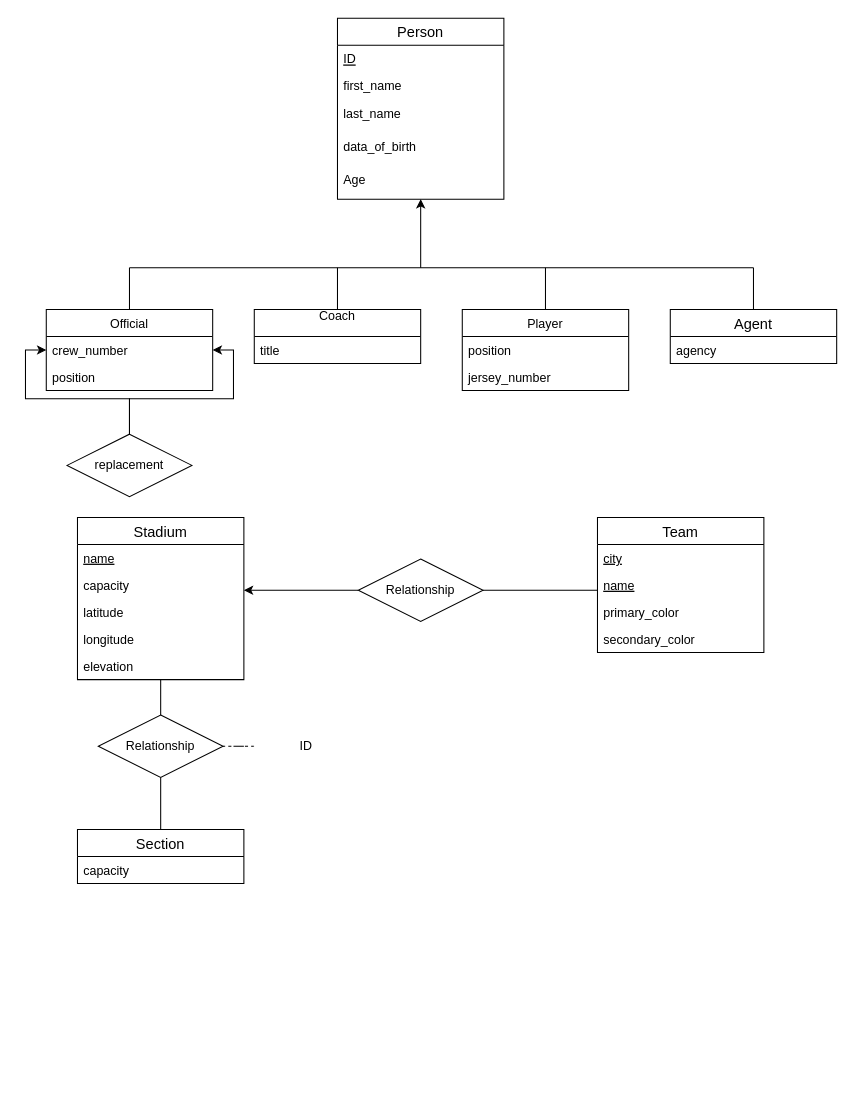
Above: problem1.drawio in JoeJonnalagadda41/DatabaseHomework1 (draw.io), before the change. Source tidied: cells renumbered, new cells numbered last; positions are measured from the earlier drawing's top-left corner, leaving out a move shared by most shapes. Both pictures are drawn from the tidied source at 104%, with x=0, y=0 at pixel (46, 18).
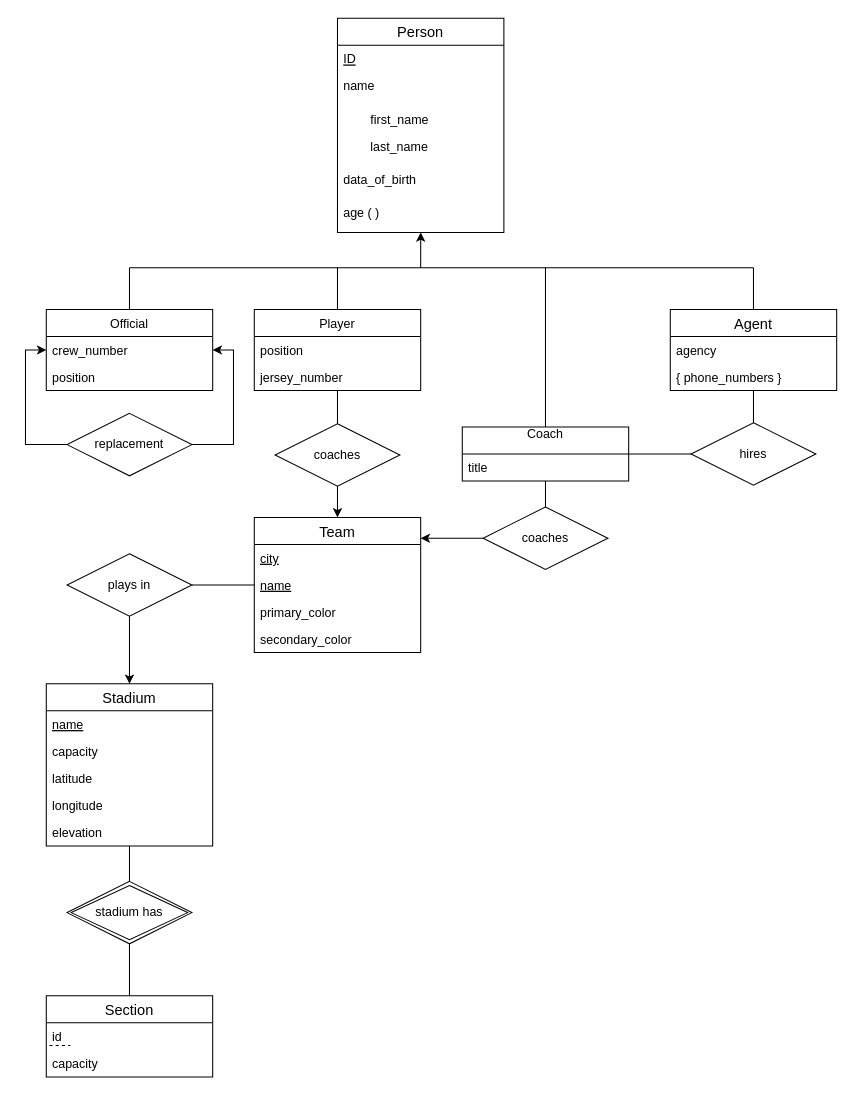
The same diagram, later.

The change refers to these unchanged cells:
```xml
<mxCell id="15" value="crew_number" style="text;strokeColor=none;fillColor=none;align=left;verticalAlign=top;spacingLeft=4;spacingRight=4;overflow=hidden;points=[[0,0.5],[1,0.5]];portConstraint=eastwest;" parent="14" vertex="1">
  <mxGeometry y="26" width="160" height="26" as="geometry" />
</mxCell>
```

Diff of the diagram source:
```diff
@@
     <mxCell id="2" value="Person" style="swimlane;fontStyle=0;horizontal=1;startSize=26;align=center;fontSize=14;" parent="1" vertex="1">
-      <mxGeometry x="280" width="160" height="174" as="geometry" />
+      <mxGeometry x="280" width="160" height="206" as="geometry" />
     </mxCell>
@@
+    <mxCell id="48" value="name" style="text;strokeColor=none;fillColor=none;spacingLeft=4;spacingRight=4;overflow=hidden;fontSize=12;" parent="2" vertex="1">
+      <mxGeometry y="52" width="160" height="32" as="geometry" />
+    </mxCell>
-    <mxCell id="4" value="first_name" style="text;strokeColor=none;fillColor=none;spacingLeft=4;spacingRight=4;overflow=hidden;fontSize=12;" parent="2" vertex="1">
-      <mxGeometry y="52" width="160" height="26" as="geometry" />
+    <mxCell id="4" value="first_name" style="text;strokeColor=none;fillColor=none;spacingLeft=30;spacingRight=4;overflow=hidden;fontSize=12;" parent="2" vertex="1">
+      <mxGeometry y="84" width="160" height="26" as="geometry" />
     </mxCell>
-    <mxCell id="5" value="last_name" style="text;strokeColor=none;fillColor=none;spacingLeft=4;spacingRight=4;overflow=hidden;fontSize=12;" parent="2" vertex="1">
-      <mxGeometry y="78" width="160" height="32" as="geometry" />
+    <mxCell id="5" value="last_name" style="text;strokeColor=none;fillColor=none;spacingLeft=30;spacingRight=4;overflow=hidden;fontSize=12;" parent="2" vertex="1">
+      <mxGeometry y="110" width="160" height="32" as="geometry" />
     </mxCell>
     <mxCell id="6" value="data_of_birth" style="text;strokeColor=none;fillColor=none;spacingLeft=4;spacingRight=4;overflow=hidden;fontSize=12;" parent="2" vertex="1">
-      <mxGeometry y="110" width="160" height="32" as="geometry" />
+      <mxGeometry y="142" width="160" height="32" as="geometry" />
     </mxCell>
-    <mxCell id="7" value="Age" style="text;strokeColor=none;fillColor=none;spacingLeft=4;spacingRight=4;overflow=hidden;fontSize=12;" parent="2" vertex="1">
-      <mxGeometry y="142" width="160" height="32" as="geometry" />
+    <mxCell id="7" value="age ( )" style="text;strokeColor=none;fillColor=none;spacingLeft=4;spacingRight=4;overflow=hidden;fontSize=12;" parent="2" vertex="1">
+      <mxGeometry y="174" width="160" height="32" as="geometry" />
     </mxCell>
@@
-    <mxCell id="9" style="endArrow=classic;html=1;endFill=1;" parent="1" edge="1">
+    <mxCell id="9" style="endArrow=classic;html=1;endFill=1;" parent="1" edge="1" target="2">
       <mxGeometry relative="1" as="geometry">
         <mxPoint x="360" y="240" as="sourcePoint" />
-        <mxPoint x="360" y="174" as="targetPoint" />
       </mxGeometry>
     </mxCell>
@@
     <mxCell id="11" value="Agent" style="swimlane;fontStyle=0;horizontal=1;startSize=26;align=center;fontSize=14;" parent="1" vertex="1">
-      <mxGeometry x="600" y="280" width="160" height="52" as="geometry" />
+      <mxGeometry x="600" y="280" width="160" height="78" as="geometry" />
     </mxCell>
+    <mxCell id="49" value="agency" style="text;strokeColor=none;fillColor=none;spacingLeft=4;spacingRight=4;overflow=hidden;fontSize=12;" parent="11" vertex="1">
+      <mxGeometry y="26" width="160" height="26" as="geometry" />
+    </mxCell>
-    <mxCell id="12" value="agency" style="text;strokeColor=none;fillColor=none;spacingLeft=4;spacingRight=4;overflow=hidden;fontSize=12;" parent="11" vertex="1">
-      <mxGeometry y="26" width="160" height="26" as="geometry" />
+    <mxCell id="12" value="{ phone_numbers }" style="text;strokeColor=none;fillColor=none;spacingLeft=4;spacingRight=4;overflow=hidden;fontSize=12;" parent="11" vertex="1">
+      <mxGeometry y="52" width="160" height="26" as="geometry" />
     </mxCell>
@@
-    <mxCell id="17" style="edgeStyle=orthogonalEdgeStyle;rounded=0;jettySize=auto;html=1;endArrow=none;endFill=0;" parent="1" edge="1" source="18">
-      <mxGeometry relative="1" as="geometry">
-        <mxPoint x="280" y="240" as="targetPoint" />
-      </mxGeometry>
-    </mxCell>
-    <mxCell id="18" value="Coach&#10;" style="swimlane;fontStyle=0;horizontal=1;startSize=26;fillColor=none;" parent="1" vertex="1">
-      <mxGeometry x="200" y="280" width="160" height="52" as="geometry" />
-    </mxCell>
-    <mxCell id="19" value="title" style="text;strokeColor=none;fillColor=none;align=left;verticalAlign=top;spacingLeft=4;spacingRight=4;overflow=hidden;" parent="18" vertex="1">
-      <mxGeometry y="26" width="160" height="26" as="geometry" />
-    </mxCell>
-    <mxCell id="20" style="edgeStyle=orthogonalEdgeStyle;rounded=0;jettySize=auto;html=1;endArrow=none;endFill=0;" parent="1" edge="1" source="21">
-      <mxGeometry relative="1" as="geometry">
-        <mxPoint x="480" y="240" as="targetPoint" />
-      </mxGeometry>
-    </mxCell>
-    <mxCell id="21" value="Player" style="swimlane;fontStyle=0;horizontal=1;startSize=26;fillColor=none;" parent="1" vertex="1">
-      <mxGeometry x="400" y="280" width="160" height="78" as="geometry" />
-    </mxCell>
-    <mxCell id="22" value="position" style="text;strokeColor=none;fillColor=none;align=left;verticalAlign=top;spacingLeft=4;spacingRight=4;overflow=hidden;" parent="21" vertex="1">
-      <mxGeometry y="26" width="160" height="26" as="geometry" />
-    </mxCell>
-    <mxCell id="23" value="jersey_number" style="text;strokeColor=none;fillColor=none;align=left;verticalAlign=top;spacingLeft=4;spacingRight=4;overflow=hidden;" parent="21" vertex="1">
-      <mxGeometry y="52" width="160" height="26" as="geometry" />
-    </mxCell>
-    <mxCell id="24" style="edgeStyle=orthogonalEdgeStyle;rounded=0;jettySize=auto;html=1;entryX=0;entryY=0.5;entryDx=0;entryDy=0;endArrow=classic;endFill=1;" parent="1" edge="1" source="26" target="15">
+    <mxCell id="24" style="edgeStyle=orthogonalEdgeStyle;rounded=0;jettySize=auto;html=1;entryX=0;entryY=0.5;entryDx=0;entryDy=0;endArrow=classic;endFill=1;exitX=0;exitY=0.5;exitDx=0;exitDy=0;" parent="1" edge="1" source="26" target="15">
       <mxGeometry relative="1" as="geometry" />
     </mxCell>
-    <mxCell id="25" style="edgeStyle=orthogonalEdgeStyle;rounded=0;jettySize=auto;html=1;entryX=1;entryY=0.5;entryDx=0;entryDy=0;endArrow=classic;endFill=1;" parent="1" edge="1" source="26" target="15">
-      <mxGeometry relative="1" as="geometry" />
+    <mxCell id="25" style="edgeStyle=orthogonalEdgeStyle;rounded=0;jettySize=auto;html=1;entryX=1;entryY=0.5;entryDx=0;entryDy=0;endArrow=classic;endFill=1;exitX=1;exitY=0.5;exitDx=0;exitDy=0;" parent="1" edge="1" source="26" target="15">
+      <mxGeometry relative="1" as="geometry">
+        <Array as="points">
+          <mxPoint x="180" y="410" />
+          <mxPoint x="180" y="319" />
+        </Array>
+      </mxGeometry>
     </mxCell>
     <mxCell id="26" value="replacement" style="shape=rhombus;perimeter=rhombusPerimeter;whiteSpace=wrap;html=1;align=center;" parent="1" vertex="1">
-      <mxGeometry x="20" y="400" width="120" height="60" as="geometry" />
+      <mxGeometry x="20" y="380" width="120" height="60" as="geometry" />
     </mxCell>
     <mxCell id="27" style="edgeStyle=orthogonalEdgeStyle;rounded=0;jettySize=auto;html=1;endArrow=none;endFill=0;" parent="1" edge="1" source="29" target="30">
-      <mxGeometry relative="1" as="geometry">
-        <Array as="points">
-          <mxPoint x="500" y="550" />
-          <mxPoint x="500" y="550" />
-        </Array>
-      </mxGeometry>
+      <mxGeometry relative="1" as="geometry" />
     </mxCell>
     <mxCell id="28" style="edgeStyle=orthogonalEdgeStyle;rounded=0;jettySize=auto;html=1;endArrow=classic;endFill=1;" parent="1" edge="1" source="29" target="35">
-      <mxGeometry relative="1" as="geometry">
-        <Array as="points">
-          <mxPoint x="220" y="550" />
-          <mxPoint x="220" y="550" />
-        </Array>
-      </mxGeometry>
+      <mxGeometry relative="1" as="geometry" />
     </mxCell>
-    <mxCell id="29" value="Relationship" style="shape=rhombus;perimeter=rhombusPerimeter;whiteSpace=wrap;html=1;align=center;" parent="1" vertex="1">
-      <mxGeometry x="300" y="520" width="120" height="60" as="geometry" />
+    <mxCell id="29" value="plays in" style="shape=rhombus;perimeter=rhombusPerimeter;whiteSpace=wrap;html=1;align=center;" parent="1" vertex="1">
+      <mxGeometry x="20" y="515" width="120" height="60" as="geometry" />
     </mxCell>
+    <mxCell id="41" style="edgeStyle=orthogonalEdgeStyle;rounded=0;jettySize=auto;html=1;endArrow=none;endFill=0;" parent="1" edge="1" source="50" target="35">
+      <mxGeometry relative="1" as="geometry" />
+    </mxCell>
+    <mxCell id="42" style="edgeStyle=orthogonalEdgeStyle;rounded=0;jettySize=auto;html=1;endArrow=none;endFill=0;" parent="1" edge="1" source="50" target="44">
+      <mxGeometry relative="1" as="geometry" />
+    </mxCell>
     <mxCell id="30" value="Team" style="swimlane;fontStyle=0;horizontal=1;startSize=26;align=center;fontSize=14;" parent="1" vertex="1">
-      <mxGeometry x="530" y="480" width="160" height="130" as="geometry" />
+      <mxGeometry x="200" y="480" width="160" height="130" as="geometry" />
     </mxCell>
@@
+    <mxCell id="50" value="stadium has" style="shape=rhombus;double=1;perimeter=rhombusPerimeter;whiteSpace=wrap;html=1;align=center;fillColor=none;gradientColor=none;" parent="1" vertex="1">
+      <mxGeometry x="20" y="830" width="120" height="60" as="geometry" />
+    </mxCell>
+    <mxCell id="51" style="edgeStyle=orthogonalEdgeStyle;rounded=0;jettySize=auto;html=1;endArrow=none;endFill=0;" parent="1" edge="1" source="18">
+      <mxGeometry relative="1" as="geometry">
+        <mxPoint x="480" y="240" as="targetPoint" />
+      </mxGeometry>
+    </mxCell>
+    <mxCell id="52" style="edgeStyle=orthogonalEdgeStyle;rounded=0;jettySize=auto;html=1;endArrow=none;endFill=0;" parent="1" edge="1" source="21">
+      <mxGeometry relative="1" as="geometry">
+        <mxPoint x="280" y="240" as="targetPoint" />
+      </mxGeometry>
+    </mxCell>
+    <mxCell id="21" value="Player" style="swimlane;fontStyle=0;horizontal=1;startSize=26;fillColor=none;" parent="1" vertex="1">
+      <mxGeometry x="200" y="280" width="160" height="78" as="geometry" />
+    </mxCell>
+    <mxCell id="22" value="position" style="text;strokeColor=none;fillColor=none;align=left;verticalAlign=top;spacingLeft=4;spacingRight=4;overflow=hidden;" parent="21" vertex="1">
+      <mxGeometry y="26" width="160" height="26" as="geometry" />
+    </mxCell>
+    <mxCell id="23" value="jersey_number" style="text;strokeColor=none;fillColor=none;align=left;verticalAlign=top;spacingLeft=4;spacingRight=4;overflow=hidden;" parent="21" vertex="1">
+      <mxGeometry y="52" width="160" height="26" as="geometry" />
+    </mxCell>
+    <mxCell id="53" style="edgeStyle=orthogonalEdgeStyle;rounded=0;jettySize=auto;html=1;endArrow=none;endFill=0;" parent="1" edge="1" source="55" target="18">
+      <mxGeometry relative="1" as="geometry" />
+    </mxCell>
+    <mxCell id="54" style="edgeStyle=orthogonalEdgeStyle;rounded=0;jettySize=auto;html=1;endArrow=classic;endFill=1;" parent="1" edge="1" source="55" target="30">
+      <mxGeometry relative="1" as="geometry">
+        <Array as="points">
+          <mxPoint x="370" y="500" />
+          <mxPoint x="370" y="500" />
+        </Array>
+      </mxGeometry>
+    </mxCell>
+    <mxCell id="55" value="coaches" style="shape=rhombus;perimeter=rhombusPerimeter;whiteSpace=wrap;html=1;align=center;fillColor=none;gradientColor=none;" parent="1" vertex="1">
+      <mxGeometry x="420" y="470" width="120" height="60" as="geometry" />
+    </mxCell>
+    <mxCell id="56" style="edgeStyle=orthogonalEdgeStyle;rounded=0;jettySize=auto;html=1;endArrow=none;endFill=0;" parent="1" edge="1" source="58" target="21">
+      <mxGeometry relative="1" as="geometry" />
+    </mxCell>
+    <mxCell id="57" style="edgeStyle=orthogonalEdgeStyle;rounded=0;jettySize=auto;html=1;endArrow=classic;endFill=1;" parent="1" edge="1" source="58" target="30">
+      <mxGeometry relative="1" as="geometry" />
+    </mxCell>
+    <mxCell id="58" value="coaches" style="shape=rhombus;perimeter=rhombusPerimeter;whiteSpace=wrap;html=1;align=center;fillColor=none;gradientColor=none;" parent="1" vertex="1">
+      <mxGeometry x="220" y="390" width="120" height="60" as="geometry" />
+    </mxCell>
     <mxCell id="35" value="Stadium" style="swimlane;fontStyle=0;horizontal=1;startSize=26;align=center;fontSize=14;" parent="1" vertex="1">
-      <mxGeometry x="30" y="480" width="160" height="156" as="geometry" />
+      <mxGeometry y="640" width="160" height="156" as="geometry" />
     </mxCell>
@@
-    <mxCell id="41" style="edgeStyle=orthogonalEdgeStyle;rounded=0;jettySize=auto;html=1;endArrow=none;endFill=0;" parent="1" edge="1" source="43" target="35">
-      <mxGeometry relative="1" as="geometry" />
-    </mxCell>
-    <mxCell id="42" style="edgeStyle=orthogonalEdgeStyle;rounded=0;jettySize=auto;html=1;endArrow=none;endFill=0;" parent="1" edge="1" source="43" target="44">
-      <mxGeometry relative="1" as="geometry" />
-    </mxCell>
-    <mxCell id="43" value="Relationship" style="shape=rhombus;perimeter=rhombusPerimeter;whiteSpace=wrap;html=1;align=center;" parent="1" vertex="1">
-      <mxGeometry x="50" y="670" width="120" height="60" as="geometry" />
-    </mxCell>
+    <mxCell id="18" value="Coach&#10;" style="swimlane;fontStyle=0;horizontal=1;startSize=26;fillColor=none;" parent="1" vertex="1">
+      <mxGeometry x="400" y="393" width="160" height="52" as="geometry" />
+    </mxCell>
+    <mxCell id="19" value="title" style="text;strokeColor=none;fillColor=none;align=left;verticalAlign=top;spacingLeft=4;spacingRight=4;overflow=hidden;" parent="18" vertex="1">
+      <mxGeometry y="26" width="160" height="26" as="geometry" />
+    </mxCell>
     <mxCell id="44" value="Section" style="swimlane;fontStyle=0;horizontal=1;startSize=26;align=center;fontSize=14;" parent="1" vertex="1">
-      <mxGeometry x="30" y="780" width="160" height="52" as="geometry" />
+      <mxGeometry y="940" width="160" height="78" as="geometry" />
     </mxCell>
+    <mxCell id="59" value="id" style="text;strokeColor=none;fillColor=none;spacingLeft=4;spacingRight=4;overflow=hidden;fontSize=12;fontStyle=0;" parent="44" vertex="1">
+      <mxGeometry y="26" width="160" height="26" as="geometry" />
+    </mxCell>
+    <mxCell id="60" style="endArrow=none;dashed=1;html=1;" parent="44" edge="1">
+      <mxGeometry relative="1" as="geometry">
+        <mxPoint x="3" y="47.7" as="sourcePoint" />
+        <mxPoint x="23" y="47.7" as="targetPoint" />
+      </mxGeometry>
+    </mxCell>
     <mxCell id="45" value="capacity" style="text;strokeColor=none;fillColor=none;spacingLeft=4;spacingRight=4;overflow=hidden;fontSize=12;" parent="44" vertex="1">
-      <mxGeometry y="26" width="160" height="26" as="geometry" />
+      <mxGeometry y="52" width="160" height="26" as="geometry" />
     </mxCell>
-    <mxCell id="46" style="edgeStyle=orthogonalEdgeStyle;rounded=0;jettySize=auto;html=1;dashed=1;endArrow=none;endFill=0;" parent="1" edge="1" source="47" target="43">
-      <mxGeometry relative="1" as="geometry" />
-    </mxCell>
-    <mxCell id="47" value="ID" style="ellipse;whiteSpace=wrap;html=1;align=center;strokeColor=#FFFFFF;strokeWidth=1;fillColor=none;" parent="1" vertex="1">
-      <mxGeometry x="200" y="680" width="100" height="40" as="geometry" />
-    </mxCell>
+    <mxCell id="61" style="edgeStyle=orthogonalEdgeStyle;rounded=0;jettySize=auto;html=1;endArrow=none;endFill=0;" parent="1" edge="1" source="63" target="18">
+      <mxGeometry relative="1" as="geometry" />
+    </mxCell>
+    <mxCell id="62" style="edgeStyle=orthogonalEdgeStyle;rounded=0;jettySize=auto;html=1;endArrow=none;endFill=0;" parent="1" edge="1" source="63" target="11">
+      <mxGeometry relative="1" as="geometry" />
+    </mxCell>
+    <mxCell id="63" value="hires" style="shape=rhombus;perimeter=rhombusPerimeter;whiteSpace=wrap;html=1;align=center;fillColor=none;gradientColor=none;" parent="1" vertex="1">
+      <mxGeometry x="620" y="389" width="120" height="60" as="geometry" />
+    </mxCell>
```
